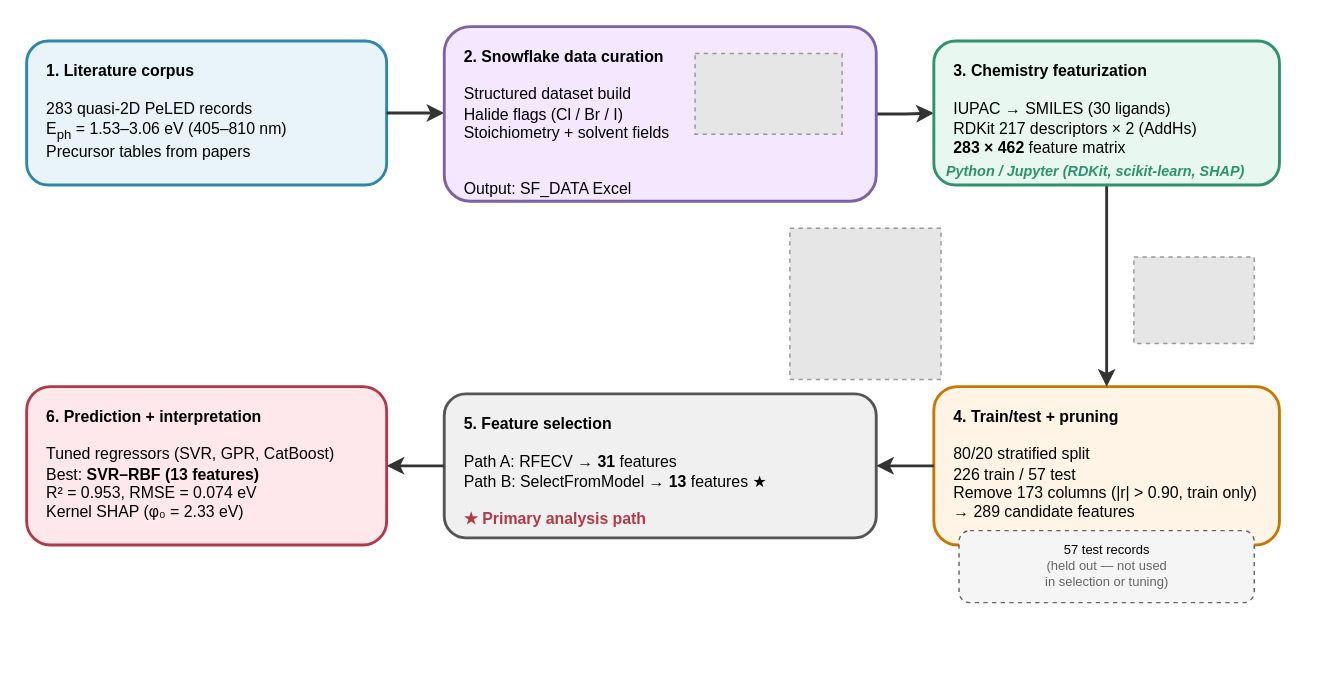
This is manuscript/Figure1_workflow.drawio from ranadeeprajsumukam/ML_Quasi_2D_Emission_EQE, a draw.io file, before an edit. Source tidied: cells renumbered, new cells numbered last; positions are measured from the earlier drawing's top-left corner, leaving out a move shared by most shapes. Both pictures are drawn from the tidied source at 144%, with x=0, y=0 at pixel (26, 26). Pictures stored in the file or linked from it are replaced by grey dashed boxes.
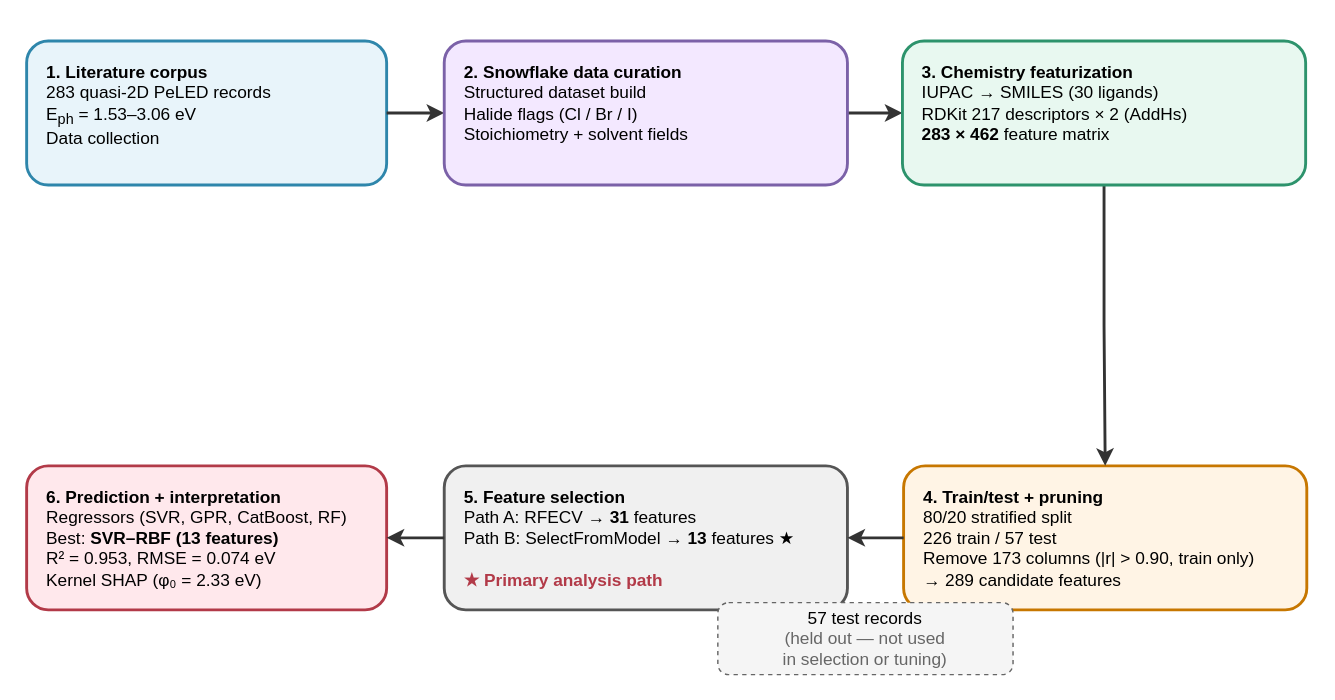
The same diagram, later.

The change refers to these unchanged cells:
```xml
<mxCell id="12" style="group;" parent="1" vertex="1">
  <mxGeometry x="290" width="315" height="255" as="geometry" />
</mxCell>
```

What changed in the source:
```diff
@@
-    <mxCell id="2" value="&lt;b&gt;1. Literature corpus&lt;/b&gt;&lt;br&gt;&lt;br&gt;283 quasi-2D PeLED records&lt;br&gt;E&lt;sub&gt;ph&lt;/sub&gt; = 1.53–3.06 eV (405–810 nm)&lt;br&gt;Precursor tables from papers" style="rounded=1;whiteSpace=wrap;html=1;fillColor=#E8F4FA;strokeColor=#2E86AB;strokeWidth=2;fontFamily=Arial;fontSize=11;align=left;spacingLeft=12;spacingTop=8;verticalAlign=top;" parent="1" vertex="1">
+    <mxCell id="2" value="&lt;font style=&quot;font-size: 12px;&quot;&gt;&lt;b style=&quot;&quot;&gt;1. Literature corpus&lt;/b&gt;&lt;br&gt;&lt;font style=&quot;&quot;&gt;283 quasi-2D PeLED records&lt;br&gt;E&lt;sub style=&quot;&quot;&gt;ph&lt;/sub&gt; = 1.53–3.06 eV&lt;br&gt;Data collection&lt;/font&gt;&lt;/font&gt;" style="rounded=1;whiteSpace=wrap;html=1;fillColor=#E8F4FA;strokeColor=#2E86AB;strokeWidth=2;fontFamily=Arial;fontSize=11;align=left;spacingLeft=12;spacingTop=8;verticalAlign=top;" parent="1" vertex="1">
       <mxGeometry y="10" width="250" height="100" as="geometry" />
     </mxCell>
-    <mxCell id="3" value="&lt;b&gt;4. Train/test + pruning&lt;/b&gt;&lt;br&gt;&lt;br&gt;80/20 stratified split&lt;br&gt;226 train / 57 test&lt;br&gt;Remove 173 columns (|r| &amp;gt; 0.90, train only)&lt;br&gt;→ 289 candidate features" style="rounded=1;whiteSpace=wrap;html=1;fillColor=#FFF4E5;strokeColor=#C77700;strokeWidth=2;fontFamily=Arial;fontSize=11;align=left;spacingLeft=12;spacingTop=8;verticalAlign=top;" parent="1" vertex="1">
-      <mxGeometry x="630" y="250" width="240" height="110" as="geometry" />
+    <mxCell id="3" value="&lt;font style=&quot;font-size: 12px;&quot;&gt;&lt;b&gt;4. Train/test + pruning&lt;/b&gt;&lt;br&gt;80/20 stratified split&lt;br&gt;226 train / 57 test&lt;br&gt;Remove 173 columns (|r| &amp;gt; 0.90, train only)&lt;br&gt;→ 289 candidate features&lt;/font&gt;" style="rounded=1;whiteSpace=wrap;html=1;fillColor=#FFF4E5;strokeColor=#C77700;strokeWidth=2;fontFamily=Arial;fontSize=11;align=left;spacingLeft=12;spacingTop=8;verticalAlign=top;" parent="1" vertex="1">
+      <mxGeometry x="609" y="305" width="280" height="100" as="geometry" />
     </mxCell>
-    <mxCell id="4" value="57 test records&lt;br&gt;&lt;font color=&quot;#666666&quot;&gt;(held out — not used&lt;br&gt;in selection or tuning)&lt;/font&gt;" style="rounded=1;whiteSpace=wrap;html=1;fillColor=#F5F5F5;strokeColor=#666666;strokeWidth=1;dashed=1;fontFamily=Arial;fontSize=9;align=center;verticalAlign=middle;" parent="1" vertex="1">
-      <mxGeometry x="647.5" y="350" width="205" height="50" as="geometry" />
-    </mxCell>
-    <mxCell id="5" value="&lt;b&gt;5. Feature selection&lt;/b&gt;&lt;br&gt;&lt;br&gt;Path A: RFECV → &lt;b&gt;31&lt;/b&gt; features&lt;br&gt;Path B: SelectFromModel → &lt;b&gt;13&lt;/b&gt; features ★&lt;br&gt;&lt;br&gt;&lt;font color=&quot;#B23A48&quot;&gt;&lt;b&gt;★ Primary analysis path&lt;/b&gt;&lt;/font&gt;" style="rounded=1;whiteSpace=wrap;html=1;fillColor=#F0F0F0;strokeColor=#555555;strokeWidth=2;fontFamily=Arial;fontSize=11;align=left;spacingLeft=12;spacingTop=8;verticalAlign=top;" parent="1" vertex="1">
-      <mxGeometry x="290" y="255" width="300" height="100" as="geometry" />
+    <mxCell id="5" value="&lt;font style=&quot;font-size: 12px;&quot;&gt;&lt;b&gt;5. Feature selection&lt;/b&gt;&lt;br&gt;Path A: RFECV → &lt;b&gt;31&lt;/b&gt; features&lt;br&gt;Path B: SelectFromModel → &lt;b&gt;13&lt;/b&gt; features ★&lt;br&gt;&lt;br&gt;&lt;font color=&quot;#B23A48&quot;&gt;&lt;b&gt;★ Primary analysis path&lt;/b&gt;&lt;/font&gt;&lt;/font&gt;" style="rounded=1;whiteSpace=wrap;html=1;fillColor=#F0F0F0;strokeColor=#555555;strokeWidth=2;fontFamily=Arial;fontSize=11;align=left;spacingLeft=12;spacingTop=8;verticalAlign=top;" parent="1" vertex="1">
+      <mxGeometry x="290" y="305" width="280" height="100" as="geometry" />
     </mxCell>
-    <mxCell id="6" value="&lt;b&gt;6. Prediction + interpretation&lt;/b&gt;&lt;br&gt;&lt;br&gt;Tuned regressors (SVR, GPR, CatBoost)&lt;br&gt;Best: &lt;b&gt;SVR–RBF (13 features)&lt;/b&gt;&lt;br&gt;R² = 0.953, RMSE = 0.074 eV&lt;br&gt;Kernel SHAP (φ₀ = 2.33 eV)" style="rounded=1;whiteSpace=wrap;html=1;fillColor=#FFE8EC;strokeColor=#B23A48;strokeWidth=2;fontFamily=Arial;fontSize=11;align=left;spacingLeft=12;spacingTop=8;verticalAlign=top;" parent="1" vertex="1">
-      <mxGeometry y="250" width="250" height="110" as="geometry" />
+    <mxCell id="6" value="&lt;font style=&quot;font-size: 12px;&quot;&gt;&lt;b&gt;6. Prediction + interpretation&lt;/b&gt;&lt;br&gt;Regressors (SVR, GPR, CatBoost, RF)&lt;br&gt;Best: &lt;b&gt;SVR–RBF (13 features)&lt;/b&gt;&lt;br&gt;R² = 0.953, RMSE = 0.074 eV&lt;br&gt;Kernel SHAP (φ₀ = 2.33 eV)&lt;/font&gt;" style="rounded=1;whiteSpace=wrap;html=1;fillColor=#FFE8EC;strokeColor=#B23A48;strokeWidth=2;fontFamily=Arial;fontSize=11;align=left;spacingLeft=12;spacingTop=8;verticalAlign=top;" parent="1" vertex="1">
+      <mxGeometry y="305" width="250" height="100" as="geometry" />
     </mxCell>
@@
-    <mxCell id="13" value="&lt;b&gt;2. Snowflake data curation&lt;/b&gt;&lt;br&gt;&lt;br&gt;Structured dataset build&lt;br&gt;Halide flags (Cl / Br / I)&lt;br&gt;Stoichiometry + solvent fields&lt;br&gt;&lt;br&gt;&lt;br&gt;Output: SF_DATA Excel" style="rounded=1;whiteSpace=wrap;html=1;fillColor=#F3E8FF;strokeColor=#7B61A8;strokeWidth=2;fontFamily=Arial;fontSize=11;align=left;spacingLeft=12;spacingTop=8;verticalAlign=top;" parent="12" vertex="1">
-      <mxGeometry width="300" height="121.3" as="geometry" />
+    <mxCell id="13" value="&lt;font style=&quot;font-size: 12px;&quot;&gt;&lt;b style=&quot;&quot;&gt;2. Snowflake data curation&lt;/b&gt;&lt;br&gt;Structured dataset build&lt;br&gt;Halide flags (Cl / Br / I)&lt;br&gt;Stoichiometry + solvent fields&lt;/font&gt;&lt;div&gt;&lt;br&gt;&lt;/div&gt;" style="rounded=1;whiteSpace=wrap;html=1;fillColor=#F3E8FF;strokeColor=#7B61A8;strokeWidth=2;fontFamily=Arial;fontSize=11;align=left;spacingLeft=12;spacingTop=8;verticalAlign=top;" parent="12" vertex="1">
+      <mxGeometry y="10" width="280" height="100" as="geometry" />
     </mxCell>
-    <mxCell id="14" style="fillColor=#E6E6E6;strokeColor=#999999;dashed=1;verticalLabelPosition=bottom;labelBackgroundColor=default;verticalAlign=top;" parent="12" vertex="1">
-      <mxGeometry x="174.2" y="18.7" width="102.1" height="56" as="geometry" />
-    </mxCell>
-    <mxCell id="15" style="fillColor=#E6E6E6;strokeColor=#999999;dashed=1;verticalLabelPosition=bottom;labelBackgroundColor=default;verticalAlign=top;" parent="12" vertex="1">
-      <mxGeometry x="240" y="140" width="105" height="105" as="geometry" />
-    </mxCell>
     <mxCell id="16" style="group;" parent="1" vertex="1">
-      <mxGeometry x="630" y="10" width="240" height="125" as="geometry" />
+      <mxGeometry x="608.2" y="10" width="283.6" height="125" as="geometry" />
     </mxCell>
     <mxCell id="17" style="group;" parent="16" vertex="1">
-      <mxGeometry width="240" height="100" as="geometry" />
+      <mxGeometry width="283.6" height="100" as="geometry" />
     </mxCell>
-    <mxCell id="18" value="&lt;b&gt;3. Chemistry featurization&lt;/b&gt;&lt;br&gt;&lt;br&gt;IUPAC → SMILES (30 ligands)&lt;br&gt;RDKit 217 descriptors × 2 (AddHs)&lt;br&gt;&lt;b&gt;283 × 462&lt;/b&gt; feature matrix" style="rounded=1;whiteSpace=wrap;html=1;fillColor=#E8F8F0;strokeColor=#2D936C;strokeWidth=2;fontFamily=Arial;fontSize=11;align=left;spacingLeft=12;spacingTop=8;verticalAlign=top;" parent="17" vertex="1">
-      <mxGeometry width="240" height="100" as="geometry" />
+    <mxCell id="18" value="&lt;font style=&quot;font-size: 12px;&quot;&gt;&lt;b&gt;3. Chemistry featurization&lt;/b&gt;&lt;br&gt;IUPAC → SMILES (30 ligands)&lt;br&gt;RDKit 217 descriptors × 2 (AddHs)&lt;br&gt;&lt;b&gt;283 × 462&lt;/b&gt; feature matrix&lt;/font&gt;" style="rounded=1;whiteSpace=wrap;html=1;fillColor=#E8F8F0;strokeColor=#2D936C;strokeWidth=2;fontFamily=Arial;fontSize=11;align=left;spacingLeft=12;spacingTop=8;verticalAlign=top;" parent="17" vertex="1">
+      <mxGeometry width="280" height="100" as="geometry" />
     </mxCell>
-    <mxCell id="19" value="Python / Jupyter (RDKit, scikit-learn, SHAP)" style="text;html=1;strokeColor=none;fillColor=none;align=center;verticalAlign=middle;fontStyle=3;fontSize=10;fontColor=#2D936C;fontFamily=Arial;" parent="17" vertex="1">
-      <mxGeometry x="8.3" y="80" width="206.9" height="20" as="geometry" />
-    </mxCell>
-    <mxCell id="20" style="fillColor=#E6E6E6;strokeColor=#999999;dashed=1;verticalLabelPosition=bottom;labelBackgroundColor=default;verticalAlign=top;" parent="1" vertex="1">
-      <mxGeometry x="768.9" y="160" width="83.6" height="60.1" as="geometry" />
-    </mxCell>
+    <mxCell id="4" value="&lt;font style=&quot;font-size: 12px;&quot;&gt;57 test records&lt;br&gt;&lt;font color=&quot;#666666&quot;&gt;(held out — not used&lt;br&gt;in selection or tuning)&lt;/font&gt;&lt;/font&gt;" style="rounded=1;whiteSpace=wrap;html=1;fillColor=#F5F5F5;strokeColor=#666666;strokeWidth=1;dashed=1;fontFamily=Arial;fontSize=9;align=center;verticalAlign=middle;" parent="1" vertex="1">
+      <mxGeometry x="480" y="400" width="205" height="50" as="geometry" />
+    </mxCell>
```
